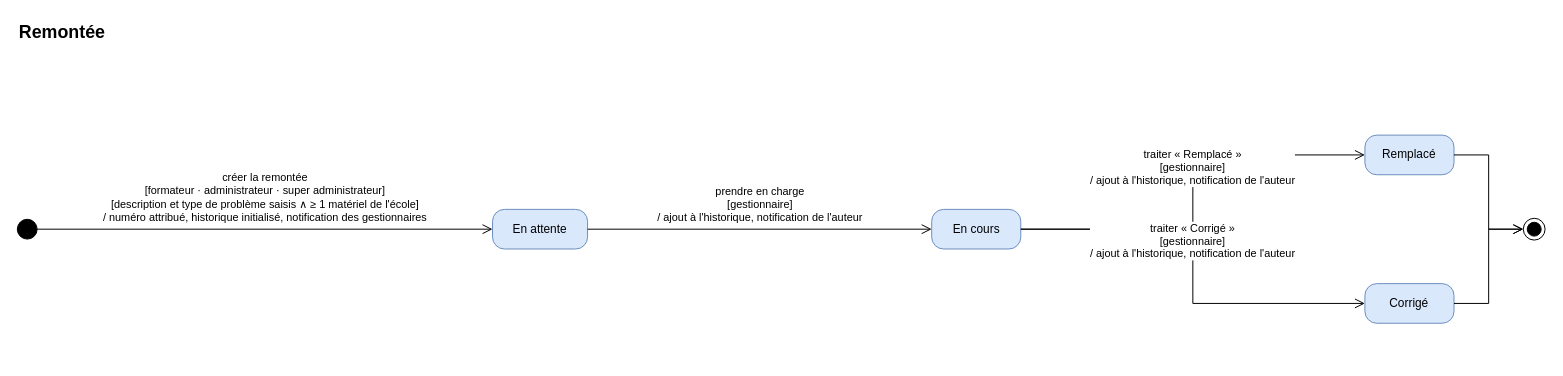
Above: page "Remontée" (1 of 4) of docs/02-ANALYSE/03-ANALYSE/01-DIAGRAMMES-ETATS.drawio in bpierrelouis/aster (draw.io), before the change. Source tidied: cells renumbered, new cells numbered last; positions are measured from the earlier drawing's top-left corner, leaving out a move shared by most shapes. Both pictures are drawn from the tidied source at 99%, with x=0, y=0 at pixel (17, 17).
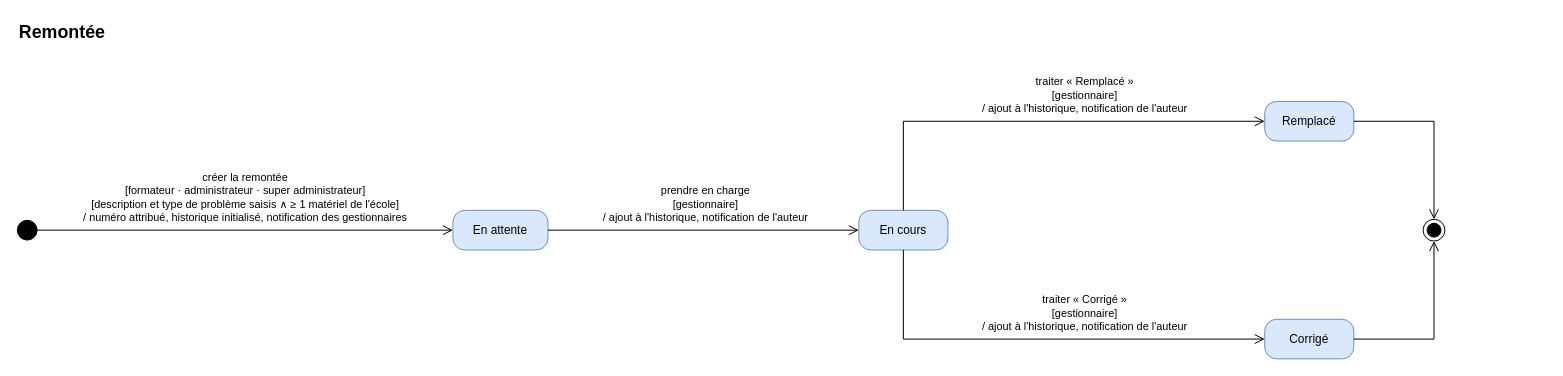
Above is the later version.

What changed in the source:
```diff
@@
     <mxCell id="3" style="ellipse;html=1;fillColor=#000000;strokeColor=#000000;fontSize=11;" parent="1" vertex="1">
-      <mxGeometry y="204" width="20" height="20" as="geometry" />
+      <mxGeometry y="205" width="20" height="20" as="geometry" />
     </mxCell>
     <mxCell id="4" value="En attente" style="rounded=1;arcSize=30;whiteSpace=wrap;html=1;fontSize=12;fillColor=#dae8fc;strokeColor=#6c8ebf;" parent="1" vertex="1">
-      <mxGeometry x="480" y="194" width="96" height="40" as="geometry" />
+      <mxGeometry x="440" y="195" width="96" height="40" as="geometry" />
     </mxCell>
     <mxCell id="5" value="En cours" style="rounded=1;arcSize=30;whiteSpace=wrap;html=1;fontSize=12;fillColor=#dae8fc;strokeColor=#6c8ebf;" parent="1" vertex="1">
-      <mxGeometry x="923.6" y="194" width="90" height="40" as="geometry" />
+      <mxGeometry x="850" y="195" width="90" height="40" as="geometry" />
     </mxCell>
     <mxCell id="6" value="Remplacé" style="rounded=1;arcSize=30;whiteSpace=wrap;html=1;fontSize=12;fillColor=#dae8fc;strokeColor=#6c8ebf;" parent="1" vertex="1">
-      <mxGeometry x="1361.2" y="119" width="90" height="40" as="geometry" />
+      <mxGeometry x="1260" y="85" width="90" height="40" as="geometry" />
     </mxCell>
     <mxCell id="7" value="Corrigé" style="rounded=1;arcSize=30;whiteSpace=wrap;html=1;fontSize=12;fillColor=#dae8fc;strokeColor=#6c8ebf;" parent="1" vertex="1">
-      <mxGeometry x="1361.2" y="269" width="90" height="40" as="geometry" />
+      <mxGeometry x="1260" y="305" width="90" height="40" as="geometry" />
     </mxCell>
     <mxCell id="8" style="ellipse;html=1;shape=endState;fillColor=#000000;strokeColor=#000000;fontSize=11;" parent="1" vertex="1">
-      <mxGeometry x="1521.2" y="203" width="22" height="22" as="geometry" />
+      <mxGeometry x="1420" y="204" width="22" height="22" as="geometry" />
     </mxCell>
-    <mxCell id="9" value="créer la remontée&lt;br&gt;[formateur · administrateur · super administrateur]&lt;br&gt;[description et type de problème saisis ∧ ≥ 1 matériel de l'école]&lt;br&gt;/ numéro attribué, historique initialisé, notification des gestionnaires" style="edgeStyle=orthogonalEdgeStyle;endArrow=open;endSize=8;html=1;rounded=0;fontSize=11;labelBackgroundColor=#ffffff;exitX=1;exitY=0.5;exitDx=0;exitDy=0;entryX=0;entryY=0.5;entryDx=0;entryDy=0;" parent="1" edge="1" source="3" target="4">
-      <mxGeometry relative="1" as="geometry">
-        <mxPoint y="-32" as="offset" />
-      </mxGeometry>
+    <mxCell id="9" style="edgeStyle=none;endArrow=open;endSize=8;html=1;rounded=0;fontSize=11;labelBackgroundColor=#ffffff;exitX=1;exitY=0.5;exitDx=0;exitDy=0;entryX=0;entryY=0.5;entryDx=0;entryDy=0;" parent="1" edge="1" source="3" target="4">
+      <mxGeometry relative="1" as="geometry" />
     </mxCell>
-    <mxCell id="10" value="prendre en charge&lt;br&gt;[gestionnaire]&lt;br&gt;/ ajout à l'historique, notification de l'auteur" style="edgeStyle=orthogonalEdgeStyle;endArrow=open;endSize=8;html=1;rounded=0;fontSize=11;labelBackgroundColor=#ffffff;exitX=1;exitY=0.5;exitDx=0;exitDy=0;entryX=0;entryY=0.5;entryDx=0;entryDy=0;" parent="1" edge="1" source="4" target="5">
-      <mxGeometry relative="1" as="geometry">
-        <mxPoint y="-25" as="offset" />
-      </mxGeometry>
+    <mxCell id="10" style="edgeStyle=none;endArrow=open;endSize=8;html=1;rounded=0;fontSize=11;labelBackgroundColor=#ffffff;exitX=1;exitY=0.5;exitDx=0;exitDy=0;entryX=0;entryY=0.5;entryDx=0;entryDy=0;" parent="1" edge="1" source="4" target="5">
+      <mxGeometry relative="1" as="geometry" />
     </mxCell>
-    <mxCell id="11" value="traiter « Remplacé »&lt;br&gt;[gestionnaire]&lt;br&gt;/ ajout à l'historique, notification de l'auteur" style="edgeStyle=orthogonalEdgeStyle;endArrow=open;endSize=8;html=1;rounded=0;fontSize=11;labelBackgroundColor=#ffffff;exitX=1;exitY=0.5;exitDx=0;exitDy=0;entryX=0;entryY=0.5;entryDx=0;entryDy=0;" parent="1" edge="1" source="5" target="6">
+    <mxCell id="11" style="edgeStyle=none;endArrow=open;endSize=8;html=1;rounded=0;fontSize=11;labelBackgroundColor=#ffffff;exitX=0.5;exitY=0;exitDx=0;exitDy=0;entryX=0;entryY=0.5;entryDx=0;entryDy=0;" parent="1" edge="1" source="5" target="6">
       <mxGeometry relative="1" as="geometry">
-        <mxPoint y="-25" as="offset" />
+        <Array as="points">
+          <mxPoint x="895" y="105" />
+        </Array>
       </mxGeometry>
     </mxCell>
-    <mxCell id="12" value="traiter « Corrigé »&lt;br&gt;[gestionnaire]&lt;br&gt;/ ajout à l'historique, notification de l'auteur" style="edgeStyle=orthogonalEdgeStyle;endArrow=open;endSize=8;html=1;rounded=0;fontSize=11;labelBackgroundColor=#ffffff;exitX=1;exitY=0.5;exitDx=0;exitDy=0;entryX=0;entryY=0.5;entryDx=0;entryDy=0;" parent="1" edge="1" source="5" target="7">
+    <mxCell id="12" style="edgeStyle=none;endArrow=open;endSize=8;html=1;rounded=0;fontSize=11;labelBackgroundColor=#ffffff;exitX=0.5;exitY=1;exitDx=0;exitDy=0;entryX=0;entryY=0.5;entryDx=0;entryDy=0;" parent="1" edge="1" source="5" target="7">
       <mxGeometry relative="1" as="geometry">
-        <mxPoint y="-25" as="offset" />
+        <Array as="points">
+          <mxPoint x="895" y="325" />
+        </Array>
       </mxGeometry>
     </mxCell>
-    <mxCell id="13" style="edgeStyle=orthogonalEdgeStyle;endArrow=open;endSize=8;html=1;rounded=0;fontSize=11;labelBackgroundColor=#ffffff;exitX=1;exitY=0.5;exitDx=0;exitDy=0;entryX=0;entryY=0.5;entryDx=0;entryDy=0;" parent="1" edge="1" source="6" target="8">
-      <mxGeometry relative="1" as="geometry" />
+    <mxCell id="13" style="edgeStyle=none;endArrow=open;endSize=8;html=1;rounded=0;fontSize=11;labelBackgroundColor=#ffffff;exitX=1;exitY=0.5;exitDx=0;exitDy=0;entryX=0.5;entryY=0;entryDx=0;entryDy=0;" parent="1" edge="1" source="6" target="8">
+      <mxGeometry relative="1" as="geometry">
+        <Array as="points">
+          <mxPoint x="1431" y="105" />
+        </Array>
+      </mxGeometry>
     </mxCell>
-    <mxCell id="14" style="edgeStyle=orthogonalEdgeStyle;endArrow=open;endSize=8;html=1;rounded=0;fontSize=11;labelBackgroundColor=#ffffff;exitX=1;exitY=0.5;exitDx=0;exitDy=0;entryX=0;entryY=0.5;entryDx=0;entryDy=0;" parent="1" edge="1" source="7" target="8">
-      <mxGeometry relative="1" as="geometry" />
+    <mxCell id="14" style="edgeStyle=none;endArrow=open;endSize=8;html=1;rounded=0;fontSize=11;labelBackgroundColor=#ffffff;exitX=1;exitY=0.5;exitDx=0;exitDy=0;entryX=0.5;entryY=1;entryDx=0;entryDy=0;" parent="1" edge="1" source="7" target="8">
+      <mxGeometry relative="1" as="geometry">
+        <Array as="points">
+          <mxPoint x="1431" y="325" />
+        </Array>
+      </mxGeometry>
     </mxCell>
+    <mxCell id="15" value="créer la remontée&lt;br&gt;[formateur · administrateur · super administrateur]&lt;br&gt;[description et type de problème saisis ∧ ≥ 1 matériel de l'école]&lt;br&gt;/ numéro attribué, historique initialisé, notification des gestionnaires" style="text;html=1;fontSize=11;align=center;verticalAlign=bottom;strokeColor=none;fillColor=none;spacing=0;" parent="1" vertex="1">
+      <mxGeometry x="30" y="149" width="400" height="60" as="geometry" />
+    </mxCell>
+    <mxCell id="16" value="prendre en charge&lt;br&gt;[gestionnaire]&lt;br&gt;/ ajout à l'historique, notification de l'auteur" style="text;html=1;fontSize=11;align=center;verticalAlign=bottom;strokeColor=none;fillColor=none;spacing=0;" parent="1" vertex="1">
+      <mxGeometry x="550" y="161" width="290" height="48" as="geometry" />
+    </mxCell>
+    <mxCell id="17" value="traiter « Remplacé »&lt;br&gt;[gestionnaire]&lt;br&gt;/ ajout à l'historique, notification de l'auteur" style="text;html=1;fontSize=11;align=center;verticalAlign=bottom;strokeColor=none;fillColor=none;spacing=0;" parent="1" vertex="1">
+      <mxGeometry x="905" y="51" width="345" height="48" as="geometry" />
+    </mxCell>
+    <mxCell id="18" value="traiter « Corrigé »&lt;br&gt;[gestionnaire]&lt;br&gt;/ ajout à l'historique, notification de l'auteur" style="text;html=1;fontSize=11;align=center;verticalAlign=bottom;strokeColor=none;fillColor=none;spacing=0;" parent="1" vertex="1">
+      <mxGeometry x="905" y="271" width="345" height="48" as="geometry" />
+    </mxCell>
```
